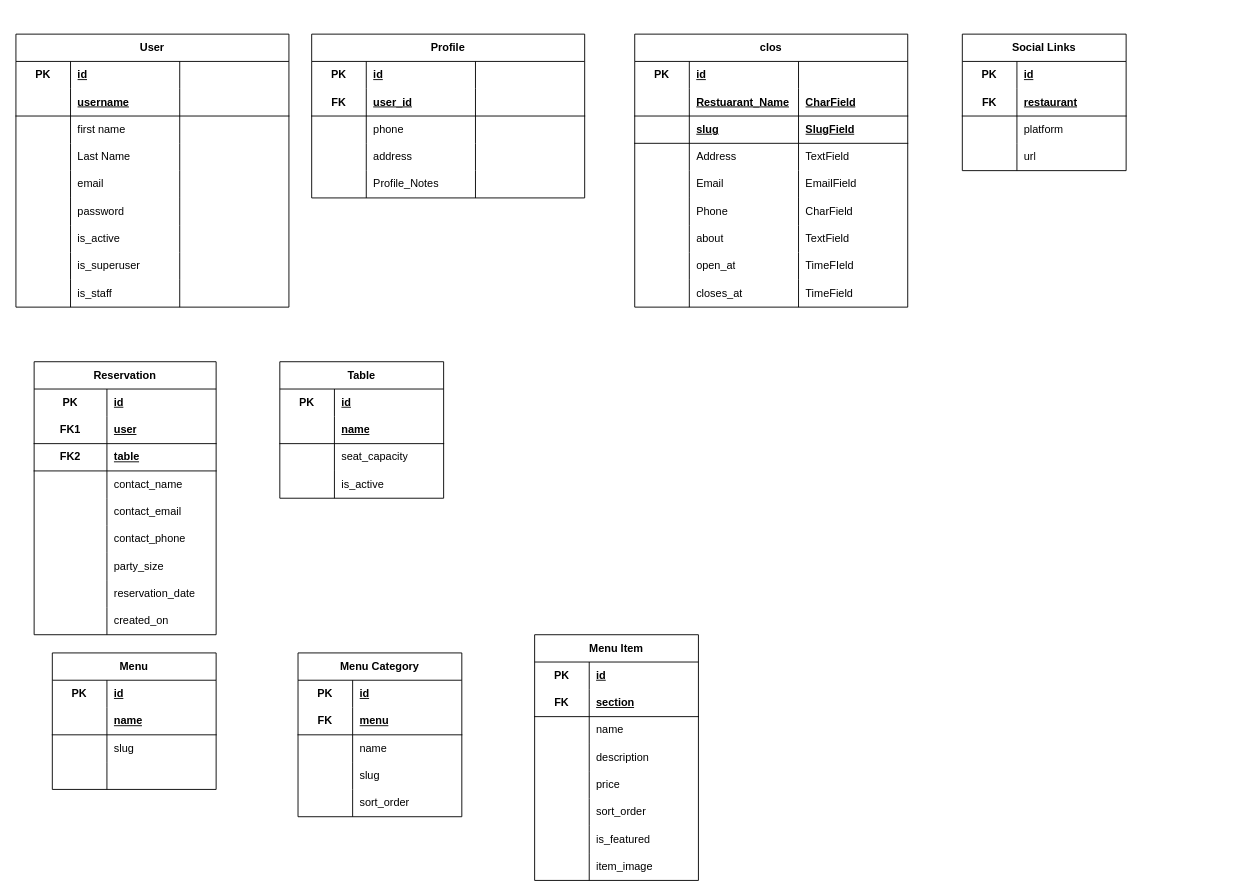
Before: documentation/EntityModel.drawio in alancoomeynts-hub/casadonizetti, a draw.io diagram. Source tidied: cells renumbered, new cells numbered last; positions are measured from the earlier drawing's top-left corner, leaving out a move shared by most shapes. Both pictures are drawn from the tidied source at 91%, with x=0, y=0 at pixel (15, 34).
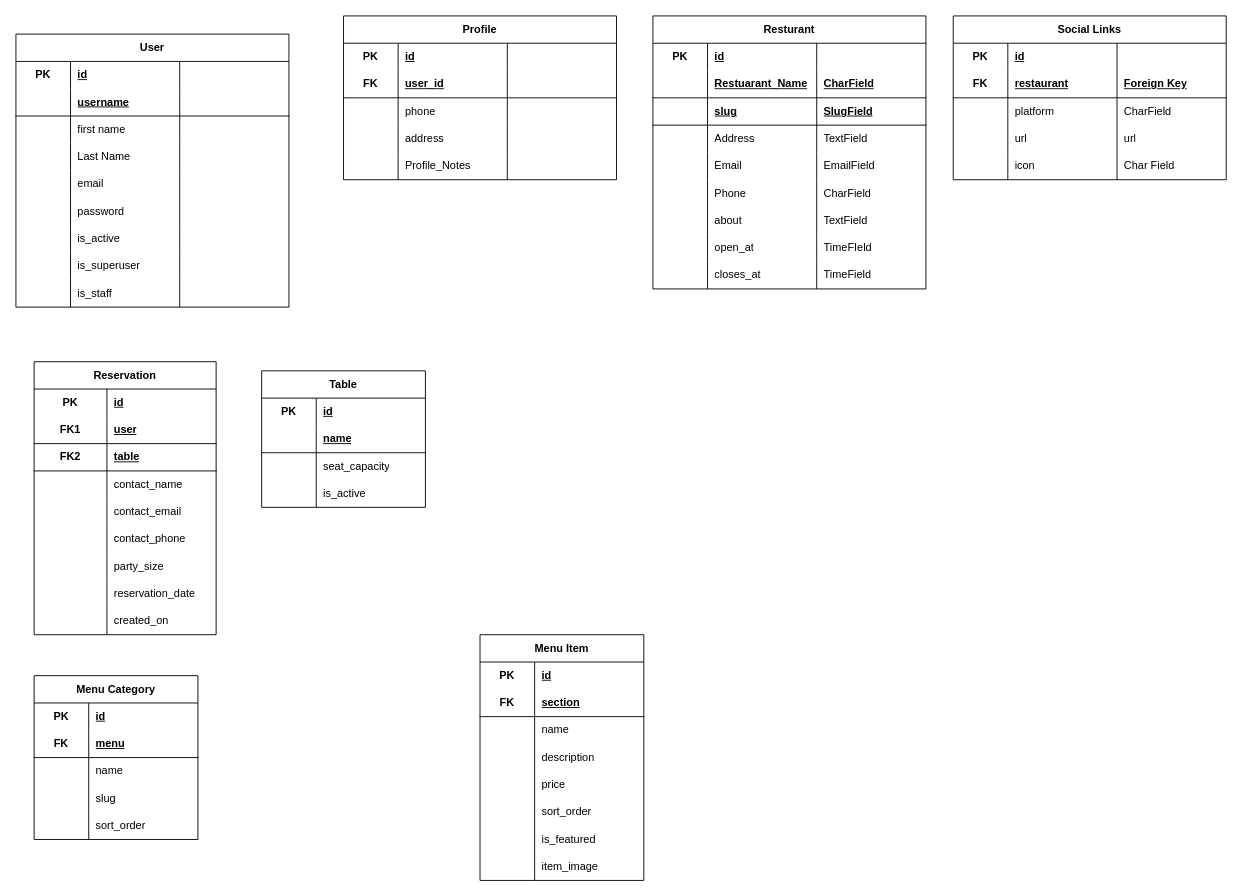
The same page after the edit.

Diff of the diagram source:
```diff
@@
     <mxCell id="39" value="Profile" style="shape=table;startSize=30;childLayout=tableLayout;rowLines=0;fontStyle=1;align=center;html=1;whiteSpace=wrap;" parent="1" vertex="1">
-      <mxGeometry x="325" width="300" height="180" as="geometry" />
+      <mxGeometry x="360" y="-20" width="300" height="180" as="geometry" />
     </mxCell>
@@
     <mxCell id="88" value="Table" style="shape=table;startSize=30;childLayout=tableLayout;rowLines=0;fontStyle=1;align=center;html=1;whiteSpace=wrap;" parent="1" vertex="1">
-      <mxGeometry x="290" y="360" width="180" height="150" as="geometry" />
+      <mxGeometry x="270" y="370" width="180" height="150" as="geometry" />
     </mxCell>
@@
-    <mxCell id="101" value="Menu" style="shape=table;startSize=30;childLayout=tableLayout;rowLines=0;fontStyle=1;align=center;html=1;whiteSpace=wrap;" parent="1" vertex="1">
-      <mxGeometry x="40" y="680" width="180" height="150" as="geometry" />
-    </mxCell>
-    <mxCell id="102" style="shape=tableRow;horizontal=0;startSize=0;swimlaneHead=0;swimlaneBody=0;fillColor=none;top=0;left=0;right=0;bottom=0;html=1;" parent="101" vertex="1">
-      <mxGeometry y="30" width="180" height="30" as="geometry" />
-    </mxCell>
-    <mxCell id="103" value="PK" style="shape=partialRectangle;fillColor=none;top=0;left=0;bottom=0;right=0;fontStyle=1;overflow=hidden;html=1;whiteSpace=wrap;" parent="102" vertex="1">
-      <mxGeometry width="60" height="30" as="geometry" />
-    </mxCell>
-    <mxCell id="104" value="id" style="shape=partialRectangle;fillColor=none;top=0;left=0;bottom=0;right=0;align=left;spacingLeft=6;fontStyle=5;overflow=hidden;html=1;whiteSpace=wrap;" parent="102" vertex="1">
-      <mxGeometry x="60" width="120" height="30" as="geometry" />
-    </mxCell>
-    <mxCell id="105" style="shape=tableRow;horizontal=0;startSize=0;swimlaneHead=0;swimlaneBody=0;fillColor=none;top=0;left=0;right=0;bottom=1;html=1;" parent="101" vertex="1">
-      <mxGeometry y="60" width="180" height="30" as="geometry" />
-    </mxCell>
-    <mxCell id="106" style="shape=partialRectangle;fillColor=none;top=0;left=0;bottom=0;right=0;fontStyle=1;overflow=hidden;html=1;whiteSpace=wrap;" parent="105" vertex="1">
-      <mxGeometry width="60" height="30" as="geometry" />
-    </mxCell>
-    <mxCell id="107" value="name" style="shape=partialRectangle;fillColor=none;top=0;left=0;bottom=0;right=0;align=left;spacingLeft=6;fontStyle=5;overflow=hidden;html=1;whiteSpace=wrap;" parent="105" vertex="1">
-      <mxGeometry x="60" width="120" height="30" as="geometry" />
-    </mxCell>
-    <mxCell id="108" style="shape=tableRow;horizontal=0;startSize=0;swimlaneHead=0;swimlaneBody=0;fillColor=none;top=0;left=0;right=0;bottom=0;html=1;" parent="101" vertex="1">
-      <mxGeometry y="90" width="180" height="30" as="geometry" />
-    </mxCell>
-    <mxCell id="109" style="shape=partialRectangle;fillColor=none;top=0;left=0;bottom=0;right=0;overflow=hidden;html=1;whiteSpace=wrap;" parent="108" vertex="1">
-      <mxGeometry width="60" height="30" as="geometry" />
-    </mxCell>
-    <mxCell id="110" value="slug" style="shape=partialRectangle;fillColor=none;top=0;left=0;bottom=0;right=0;align=left;spacingLeft=6;overflow=hidden;html=1;whiteSpace=wrap;" parent="108" vertex="1">
-      <mxGeometry x="60" width="120" height="30" as="geometry" />
-    </mxCell>
-    <mxCell id="111" style="shape=tableRow;horizontal=0;startSize=0;swimlaneHead=0;swimlaneBody=0;fillColor=none;top=0;left=0;right=0;bottom=0;html=1;" parent="101" vertex="1">
-      <mxGeometry y="120" width="180" height="30" as="geometry" />
-    </mxCell>
-    <mxCell id="112" style="shape=partialRectangle;fillColor=none;top=0;left=0;bottom=0;right=0;overflow=hidden;html=1;whiteSpace=wrap;" parent="111" vertex="1">
-      <mxGeometry width="60" height="30" as="geometry" />
-    </mxCell>
-    <mxCell id="113" style="shape=partialRectangle;fillColor=none;top=0;left=0;bottom=0;right=0;align=left;spacingLeft=6;overflow=hidden;html=1;whiteSpace=wrap;" parent="111" vertex="1">
-      <mxGeometry x="60" width="120" height="30" as="geometry" />
-    </mxCell>
     <mxCell id="114" value="Menu Category" style="shape=table;startSize=30;childLayout=tableLayout;rowLines=0;fontStyle=1;align=center;html=1;whiteSpace=wrap;" parent="1" vertex="1">
-      <mxGeometry x="310" y="680" width="180" height="180" as="geometry" />
+      <mxGeometry x="20" y="705" width="180" height="180" as="geometry" />
     </mxCell>
@@
-    <mxCell id="130" value="clos" style="shape=table;startSize=30;childLayout=tableLayout;rowLines=0;fontStyle=1;align=center;html=1;whiteSpace=wrap;" parent="1" vertex="1">
-      <mxGeometry x="680" width="300" height="300" as="geometry" />
+    <mxCell id="130" value="Resturant" style="shape=table;startSize=30;childLayout=tableLayout;rowLines=0;fontStyle=1;align=center;html=1;whiteSpace=wrap;" parent="1" vertex="1">
+      <mxGeometry x="700" y="-20" width="300" height="300" as="geometry" />
     </mxCell>
@@
     <mxCell id="167" value="Menu Item" style="shape=table;startSize=30;childLayout=tableLayout;rowLines=0;fontStyle=1;align=center;html=1;whiteSpace=wrap;" parent="1" vertex="1">
-      <mxGeometry x="570" y="660" width="180" height="270" as="geometry" />
+      <mxGeometry x="510" y="660" width="180" height="270" as="geometry" />
     </mxCell>
@@
     <mxCell id="192" value="Social Links" style="shape=table;startSize=30;childLayout=tableLayout;rowLines=0;fontStyle=1;align=center;html=1;whiteSpace=wrap;" parent="1" vertex="1">
-      <mxGeometry x="1040" width="180" height="150" as="geometry" />
+      <mxGeometry x="1030" y="-20" width="300" height="180" as="geometry" />
     </mxCell>
     <mxCell id="193" style="shape=tableRow;horizontal=0;startSize=0;swimlaneHead=0;swimlaneBody=0;fillColor=none;top=0;left=0;right=0;bottom=0;html=1;" parent="192" vertex="1">
-      <mxGeometry y="30" width="180" height="30" as="geometry" />
+      <mxGeometry y="30" width="300" height="30" as="geometry" />
     </mxCell>
@@
+    <mxCell id="205" style="shape=partialRectangle;fillColor=none;top=0;left=0;bottom=0;right=0;align=left;spacingLeft=6;fontStyle=5;overflow=hidden;html=1;whiteSpace=wrap;" parent="193" vertex="1">
+      <mxGeometry x="180" width="120" height="30" as="geometry" />
+    </mxCell>
     <mxCell id="196" style="shape=tableRow;horizontal=0;startSize=0;swimlaneHead=0;swimlaneBody=0;fillColor=none;top=0;left=0;right=0;bottom=1;html=1;" parent="192" vertex="1">
-      <mxGeometry y="60" width="180" height="30" as="geometry" />
+      <mxGeometry y="60" width="300" height="30" as="geometry" />
     </mxCell>
@@
+    <mxCell id="206" value="Foreign Key" style="shape=partialRectangle;fillColor=none;top=0;left=0;bottom=0;right=0;align=left;spacingLeft=6;fontStyle=5;overflow=hidden;html=1;whiteSpace=wrap;" parent="196" vertex="1">
+      <mxGeometry x="180" width="120" height="30" as="geometry" />
+    </mxCell>
     <mxCell id="199" style="shape=tableRow;horizontal=0;startSize=0;swimlaneHead=0;swimlaneBody=0;fillColor=none;top=0;left=0;right=0;bottom=0;html=1;" parent="192" vertex="1">
-      <mxGeometry y="90" width="180" height="30" as="geometry" />
+      <mxGeometry y="90" width="300" height="30" as="geometry" />
     </mxCell>
@@
+    <mxCell id="207" value="CharField" style="shape=partialRectangle;fillColor=none;top=0;left=0;bottom=0;right=0;align=left;spacingLeft=6;overflow=hidden;html=1;whiteSpace=wrap;" parent="199" vertex="1">
+      <mxGeometry x="180" width="120" height="30" as="geometry" />
+    </mxCell>
     <mxCell id="202" style="shape=tableRow;horizontal=0;startSize=0;swimlaneHead=0;swimlaneBody=0;fillColor=none;top=0;left=0;right=0;bottom=0;html=1;" parent="192" vertex="1">
-      <mxGeometry y="120" width="180" height="30" as="geometry" />
+      <mxGeometry y="120" width="300" height="30" as="geometry" />
     </mxCell>
@@
+    <mxCell id="208" value="url" style="shape=partialRectangle;fillColor=none;top=0;left=0;bottom=0;right=0;align=left;spacingLeft=6;overflow=hidden;html=1;whiteSpace=wrap;" parent="202" vertex="1">
+      <mxGeometry x="180" width="120" height="30" as="geometry" />
+    </mxCell>
+    <mxCell id="209" style="shape=tableRow;horizontal=0;startSize=0;swimlaneHead=0;swimlaneBody=0;fillColor=none;top=0;left=0;right=0;bottom=0;html=1;" parent="192" vertex="1">
+      <mxGeometry y="150" width="300" height="30" as="geometry" />
+    </mxCell>
+    <mxCell id="210" style="shape=partialRectangle;fillColor=none;top=0;left=0;bottom=0;right=0;overflow=hidden;html=1;whiteSpace=wrap;" parent="209" vertex="1">
+      <mxGeometry width="60" height="30" as="geometry" />
+    </mxCell>
+    <mxCell id="211" value="icon" style="shape=partialRectangle;fillColor=none;top=0;left=0;bottom=0;right=0;align=left;spacingLeft=6;overflow=hidden;html=1;whiteSpace=wrap;" parent="209" vertex="1">
+      <mxGeometry x="60" width="120" height="30" as="geometry" />
+    </mxCell>
+    <mxCell id="212" value="Char Field" style="shape=partialRectangle;fillColor=none;top=0;left=0;bottom=0;right=0;align=left;spacingLeft=6;overflow=hidden;html=1;whiteSpace=wrap;" parent="209" vertex="1">
+      <mxGeometry x="180" width="120" height="30" as="geometry" />
+    </mxCell>
```
